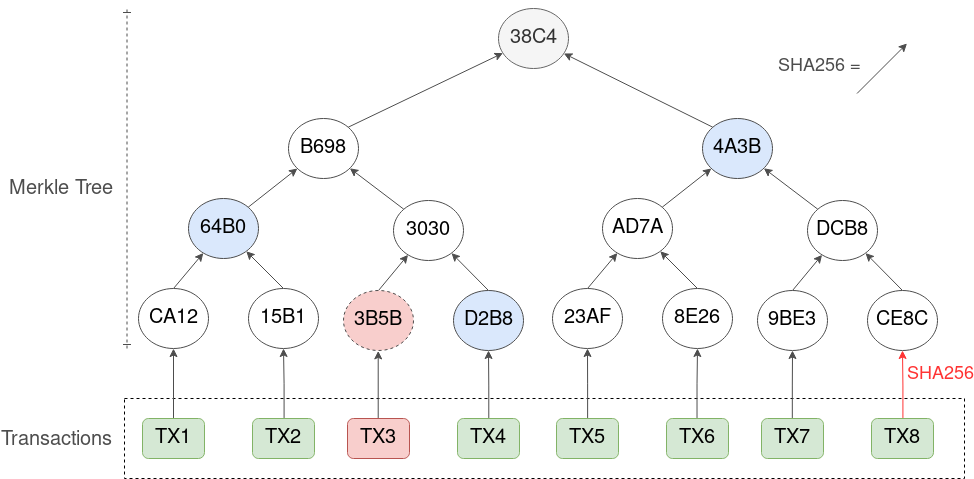
Earlier version of the draw.io export lab1/perfect-merkle-tree.png (asadhayat1068/assignments). Source tidied: cells renumbered, new cells last; positions are measured from the earlier drawing's top-left corner, leaving out a move shared by most shapes. Source of this version:
```xml
<mxGraphModel>
  <root>
    <mxCell id="0" />
    <mxCell id="1" parent="0" />
    <mxCell id="2" style="rounded=0;whiteSpace=wrap;html=1;dashed=1;fontColor=#4D4D4D;fillColor=none;" parent="1" vertex="1">
      <mxGeometry x="124" y="390" width="840" height="80" as="geometry" />
    </mxCell>
    <mxCell id="3" style="edgeStyle=none;rounded=0;jettySize=auto;html=1;exitX=0.5;exitY=0;exitDx=0;exitDy=0;strokeColor=#4D4D4D;" parent="1" edge="1" source="4" target="8">
      <mxGeometry relative="1" as="geometry" />
    </mxCell>
    <mxCell id="4" value="&lt;font style=&quot;font-size: 20px&quot;&gt;CA12&lt;/font&gt;" style="ellipse;whiteSpace=wrap;html=1;strokeColor=#4D4D4D;" parent="1" vertex="1">
      <mxGeometry x="138" y="280" width="70" height="60" as="geometry" />
    </mxCell>
    <mxCell id="5" style="edgeStyle=none;rounded=0;jettySize=auto;html=1;exitX=0.5;exitY=0;exitDx=0;exitDy=0;strokeColor=#4D4D4D;" parent="1" edge="1" source="6" target="8">
      <mxGeometry relative="1" as="geometry" />
    </mxCell>
    <mxCell id="6" value="&lt;font style=&quot;font-size: 20px&quot;&gt;15B1&lt;/font&gt;" style="ellipse;whiteSpace=wrap;html=1;strokeColor=#4D4D4D;" parent="1" vertex="1">
      <mxGeometry x="248" y="280" width="70" height="60" as="geometry" />
    </mxCell>
    <mxCell id="7" style="edgeStyle=none;rounded=0;jettySize=auto;html=1;exitX=1;exitY=0;exitDx=0;exitDy=0;strokeColor=#4D4D4D;" parent="1" edge="1" source="8" target="16">
      <mxGeometry relative="1" as="geometry" />
    </mxCell>
    <mxCell id="8" value="&lt;font style=&quot;font-size: 20px&quot;&gt;64B0&lt;/font&gt;" style="ellipse;whiteSpace=wrap;html=1;fillColor=#dae8fc;strokeColor=#4D4D4D;" parent="1" vertex="1">
      <mxGeometry x="188" y="190" width="70" height="60" as="geometry" />
    </mxCell>
    <mxCell id="9" style="edgeStyle=none;rounded=0;jettySize=auto;html=1;exitX=0.5;exitY=0;exitDx=0;exitDy=0;strokeColor=#4D4D4D;" parent="1" edge="1" source="10" target="14">
      <mxGeometry relative="1" as="geometry" />
    </mxCell>
    <mxCell id="10" value="&lt;font style=&quot;font-size: 20px&quot;&gt;3B5B&lt;/font&gt;" style="ellipse;whiteSpace=wrap;html=1;fillColor=#f8cecc;strokeColor=#4D4D4D;dashed=1;" parent="1" vertex="1">
      <mxGeometry x="343" y="282" width="70" height="60" as="geometry" />
    </mxCell>
    <mxCell id="11" style="edgeStyle=none;rounded=0;jettySize=auto;html=1;exitX=0.5;exitY=0;exitDx=0;exitDy=0;strokeColor=#4D4D4D;" parent="1" edge="1" source="12" target="14">
      <mxGeometry relative="1" as="geometry" />
    </mxCell>
    <mxCell id="12" value="&lt;div style=&quot;font-size: 20px&quot;&gt;&lt;font style=&quot;font-size: 20px&quot;&gt;D2B8&lt;/font&gt;&lt;/div&gt;" style="ellipse;whiteSpace=wrap;html=1;fillColor=#dae8fc;strokeColor=#4D4D4D;" parent="1" vertex="1">
      <mxGeometry x="453" y="282" width="70" height="60" as="geometry" />
    </mxCell>
    <mxCell id="13" style="edgeStyle=none;rounded=0;jettySize=auto;html=1;exitX=0;exitY=0;exitDx=0;exitDy=0;strokeColor=#4D4D4D;" parent="1" edge="1" source="14" target="16">
      <mxGeometry relative="1" as="geometry" />
    </mxCell>
    <mxCell id="14" value="&lt;font style=&quot;font-size: 20px&quot;&gt;3030&lt;/font&gt;" style="ellipse;whiteSpace=wrap;html=1;strokeColor=#4D4D4D;" parent="1" vertex="1">
      <mxGeometry x="393" y="192" width="70" height="60" as="geometry" />
    </mxCell>
    <mxCell id="15" style="edgeStyle=none;rounded=0;jettySize=auto;html=1;exitX=1;exitY=0;exitDx=0;exitDy=0;fontSize=20;strokeColor=#4D4D4D;" parent="1" edge="1" source="16" target="31">
      <mxGeometry relative="1" as="geometry" />
    </mxCell>
    <mxCell id="16" value="&lt;font style=&quot;font-size: 20px&quot;&gt;B698&lt;/font&gt;" style="ellipse;whiteSpace=wrap;html=1;strokeColor=#4D4D4D;" parent="1" vertex="1">
      <mxGeometry x="288" y="110" width="70" height="60" as="geometry" />
    </mxCell>
    <mxCell id="17" style="edgeStyle=none;rounded=0;jettySize=auto;html=1;exitX=0.5;exitY=0;exitDx=0;exitDy=0;fontSize=20;strokeColor=#4D4D4D;" parent="1" edge="1" source="18" target="22">
      <mxGeometry relative="1" as="geometry" />
    </mxCell>
    <mxCell id="18" value="&lt;font style=&quot;font-size: 20px&quot;&gt;23AF&lt;/font&gt;" style="ellipse;whiteSpace=wrap;html=1;strokeColor=#4D4D4D;" parent="1" vertex="1">
      <mxGeometry x="552" y="280" width="70" height="60" as="geometry" />
    </mxCell>
    <mxCell id="19" style="edgeStyle=none;rounded=0;jettySize=auto;html=1;exitX=0.5;exitY=0;exitDx=0;exitDy=0;fontSize=20;strokeColor=#4D4D4D;" parent="1" edge="1" source="20" target="22">
      <mxGeometry relative="1" as="geometry" />
    </mxCell>
    <mxCell id="20" value="8E26" style="ellipse;whiteSpace=wrap;html=1;fontSize=20;strokeColor=#4D4D4D;" parent="1" vertex="1">
      <mxGeometry x="662" y="280" width="70" height="60" as="geometry" />
    </mxCell>
    <mxCell id="21" style="edgeStyle=none;rounded=0;jettySize=auto;html=1;exitX=1;exitY=0;exitDx=0;exitDy=0;fontSize=20;strokeColor=#4D4D4D;" parent="1" edge="1" source="22" target="30">
      <mxGeometry relative="1" as="geometry" />
    </mxCell>
    <mxCell id="22" value="AD7A" style="ellipse;whiteSpace=wrap;html=1;fontSize=20;strokeColor=#4D4D4D;" parent="1" vertex="1">
      <mxGeometry x="602" y="190" width="70" height="60" as="geometry" />
    </mxCell>
    <mxCell id="23" style="edgeStyle=none;rounded=0;jettySize=auto;html=1;exitX=0.5;exitY=0;exitDx=0;exitDy=0;fontSize=20;strokeColor=#4D4D4D;" parent="1" edge="1" source="24" target="28">
      <mxGeometry relative="1" as="geometry" />
    </mxCell>
    <mxCell id="24" value="9BE3" style="ellipse;whiteSpace=wrap;html=1;fontSize=20;strokeColor=#4D4D4D;" parent="1" vertex="1">
      <mxGeometry x="757" y="282" width="70" height="60" as="geometry" />
    </mxCell>
    <mxCell id="25" style="edgeStyle=none;rounded=0;jettySize=auto;html=1;exitX=0.5;exitY=0;exitDx=0;exitDy=0;fontSize=20;strokeColor=#4D4D4D;" parent="1" edge="1" source="26" target="28">
      <mxGeometry relative="1" as="geometry" />
    </mxCell>
    <mxCell id="26" value="CE8C" style="ellipse;whiteSpace=wrap;html=1;fontSize=20;strokeColor=#4D4D4D;" parent="1" vertex="1">
      <mxGeometry x="867" y="282" width="70" height="60" as="geometry" />
    </mxCell>
    <mxCell id="27" style="edgeStyle=none;rounded=0;jettySize=auto;html=1;exitX=0;exitY=0;exitDx=0;exitDy=0;fontSize=20;strokeColor=#4D4D4D;" parent="1" edge="1" source="28" target="30">
      <mxGeometry relative="1" as="geometry" />
    </mxCell>
    <mxCell id="28" value="DCB8" style="ellipse;whiteSpace=wrap;html=1;fontSize=20;strokeColor=#4D4D4D;" parent="1" vertex="1">
      <mxGeometry x="807" y="192" width="70" height="60" as="geometry" />
    </mxCell>
    <mxCell id="29" style="edgeStyle=none;rounded=0;jettySize=auto;html=1;exitX=0;exitY=0;exitDx=0;exitDy=0;fontSize=20;strokeColor=#4D4D4D;" parent="1" edge="1" source="30" target="31">
      <mxGeometry relative="1" as="geometry" />
    </mxCell>
    <mxCell id="30" value="4A3B" style="ellipse;whiteSpace=wrap;html=1;fontSize=20;fillColor=#dae8fc;strokeColor=#4D4D4D;" parent="1" vertex="1">
      <mxGeometry x="702" y="110" width="70" height="60" as="geometry" />
    </mxCell>
    <mxCell id="31" value="&lt;font style=&quot;font-size: 20px&quot;&gt;38C4&lt;/font&gt;" style="ellipse;whiteSpace=wrap;html=1;strokeColor=#666666;fillColor=#f5f5f5;fontColor=#333333;" parent="1" vertex="1">
      <mxGeometry x="498" width="70" height="60" as="geometry" />
    </mxCell>
    <mxCell id="32" style="edgeStyle=orthogonalEdgeStyle;rounded=0;jettySize=auto;html=1;exitX=0.5;exitY=0;exitDx=0;exitDy=0;entryX=0.5;entryY=1;entryDx=0;entryDy=0;strokeColor=#4D4D4D;" parent="1" edge="1" source="33" target="4">
      <mxGeometry relative="1" as="geometry" />
    </mxCell>
    <mxCell id="33" value="&lt;font style=&quot;font-size: 20px&quot;&gt;TX1&lt;/font&gt;" style="rounded=1;whiteSpace=wrap;html=1;fillColor=#d5e8d4;strokeColor=#82b366;" parent="1" vertex="1">
      <mxGeometry x="142" y="410" width="62" height="40" as="geometry" />
    </mxCell>
    <mxCell id="34" style="edgeStyle=orthogonalEdgeStyle;rounded=0;jettySize=auto;html=1;exitX=0.5;exitY=0;exitDx=0;exitDy=0;strokeColor=#4D4D4D;" parent="1" edge="1" source="35" target="6">
      <mxGeometry relative="1" as="geometry" />
    </mxCell>
    <mxCell id="35" value="&lt;font style=&quot;font-size: 20px&quot;&gt;TX2&lt;/font&gt;" style="rounded=1;whiteSpace=wrap;html=1;fillColor=#d5e8d4;strokeColor=#82b366;" parent="1" vertex="1">
      <mxGeometry x="252" y="410" width="62" height="40" as="geometry" />
    </mxCell>
    <mxCell id="36" style="edgeStyle=orthogonalEdgeStyle;rounded=0;jettySize=auto;html=1;exitX=0.5;exitY=0;exitDx=0;exitDy=0;entryX=0.5;entryY=1;entryDx=0;entryDy=0;strokeColor=#4D4D4D;" parent="1" edge="1" source="37" target="10">
      <mxGeometry relative="1" as="geometry" />
    </mxCell>
    <mxCell id="37" value="&lt;font style=&quot;font-size: 20px&quot;&gt;TX3&lt;/font&gt;" style="rounded=1;whiteSpace=wrap;html=1;fillColor=#f8cecc;strokeColor=#b85450;" parent="1" vertex="1">
      <mxGeometry x="347" y="410" width="62" height="40" as="geometry" />
    </mxCell>
    <mxCell id="38" style="edgeStyle=orthogonalEdgeStyle;rounded=0;jettySize=auto;html=1;exitX=0.5;exitY=0;exitDx=0;exitDy=0;strokeColor=#4D4D4D;" parent="1" edge="1" source="39" target="12">
      <mxGeometry relative="1" as="geometry" />
    </mxCell>
    <mxCell id="39" value="&lt;font style=&quot;font-size: 20px&quot;&gt;TX4&lt;/font&gt;" style="rounded=1;whiteSpace=wrap;html=1;fillColor=#d5e8d4;strokeColor=#82b366;" parent="1" vertex="1">
      <mxGeometry x="457" y="410" width="62" height="40" as="geometry" />
    </mxCell>
    <mxCell id="40" style="edgeStyle=orthogonalEdgeStyle;rounded=0;jettySize=auto;html=1;exitX=0.5;exitY=0;exitDx=0;exitDy=0;strokeColor=#4D4D4D;" parent="1" edge="1" source="41" target="18">
      <mxGeometry relative="1" as="geometry" />
    </mxCell>
    <mxCell id="41" value="&lt;font style=&quot;font-size: 20px&quot;&gt;TX5&lt;/font&gt;" style="rounded=1;whiteSpace=wrap;html=1;fillColor=#d5e8d4;strokeColor=#82b366;" parent="1" vertex="1">
      <mxGeometry x="556" y="410" width="62" height="40" as="geometry" />
    </mxCell>
    <mxCell id="42" style="edgeStyle=orthogonalEdgeStyle;rounded=0;jettySize=auto;html=1;exitX=0.5;exitY=0;exitDx=0;exitDy=0;strokeColor=#4D4D4D;" parent="1" edge="1" source="43" target="20">
      <mxGeometry relative="1" as="geometry" />
    </mxCell>
    <mxCell id="43" value="&lt;font style=&quot;font-size: 20px&quot;&gt;TX6&lt;/font&gt;" style="rounded=1;whiteSpace=wrap;html=1;fillColor=#d5e8d4;strokeColor=#82b366;" parent="1" vertex="1">
      <mxGeometry x="666" y="410" width="62" height="40" as="geometry" />
    </mxCell>
    <mxCell id="44" style="edgeStyle=orthogonalEdgeStyle;rounded=0;jettySize=auto;html=1;exitX=0.5;exitY=0;exitDx=0;exitDy=0;strokeColor=#4D4D4D;" parent="1" edge="1" source="45" target="24">
      <mxGeometry relative="1" as="geometry" />
    </mxCell>
    <mxCell id="45" value="&lt;font style=&quot;font-size: 20px&quot;&gt;TX7&lt;/font&gt;" style="rounded=1;whiteSpace=wrap;html=1;fillColor=#d5e8d4;strokeColor=#82b366;" parent="1" vertex="1">
      <mxGeometry x="761" y="410" width="62" height="40" as="geometry" />
    </mxCell>
    <mxCell id="46" style="edgeStyle=orthogonalEdgeStyle;rounded=0;jettySize=auto;html=1;exitX=0.5;exitY=0;exitDx=0;exitDy=0;strokeColor=#FF3333;" parent="1" edge="1" source="47" target="26">
      <mxGeometry relative="1" as="geometry" />
    </mxCell>
    <mxCell id="47" value="&lt;font style=&quot;font-size: 20px&quot;&gt;TX8&lt;/font&gt;" style="rounded=1;whiteSpace=wrap;html=1;fillColor=#d5e8d4;strokeColor=#82b366;" parent="1" vertex="1">
      <mxGeometry x="871" y="410" width="62" height="40" as="geometry" />
    </mxCell>
    <mxCell id="48" value="&lt;font style=&quot;font-size: 18px&quot;&gt;SHA256&lt;/font&gt;" style="text;html=1;strokeColor=none;fillColor=none;align=center;verticalAlign=middle;whiteSpace=wrap;rounded=0;dashed=1;fontColor=#FF3333;" parent="1" vertex="1">
      <mxGeometry x="919" y="356" width="40" height="20" as="geometry" />
    </mxCell>
    <mxCell id="49" value="&lt;font style=&quot;font-size: 20px&quot;&gt;Merkle Tree&lt;br&gt;&lt;/font&gt;" style="text;html=1;strokeColor=none;fillColor=none;align=center;verticalAlign=middle;whiteSpace=wrap;rounded=0;dashed=1;fontColor=#4D4D4D;" parent="1" vertex="1">
      <mxGeometry x="6" y="170" width="110" height="20" as="geometry" />
    </mxCell>
    <mxCell id="50" style="endArrow=ERone;dashed=1;html=1;strokeColor=#4D4D4D;fontColor=#4D4D4D;startArrow=ERone;startFill=0;endFill=0;" parent="1" edge="1">
      <mxGeometry relative="1" as="geometry">
        <mxPoint x="126.5" y="340" as="sourcePoint" />
        <mxPoint x="126.5" as="targetPoint" />
      </mxGeometry>
    </mxCell>
    <mxCell id="51" value="&lt;font style=&quot;font-size: 20px&quot;&gt;Transactions&lt;/font&gt;" style="text;html=1;strokeColor=none;fillColor=none;align=center;verticalAlign=middle;whiteSpace=wrap;rounded=0;dashed=1;fontColor=#4D4D4D;" parent="1" vertex="1">
      <mxGeometry y="421" width="110" height="20" as="geometry" />
    </mxCell>
    <mxCell id="52" value="&lt;font style=&quot;font-size: 18px&quot;&gt;SHA256&lt;/font&gt;&lt;font style=&quot;font-size: 18px&quot;&gt; =&lt;br&gt;&lt;/font&gt;" style="text;html=1;strokeColor=none;fillColor=none;align=center;verticalAlign=middle;whiteSpace=wrap;rounded=0;dashed=1;fontColor=#4D4D4D;" parent="1" vertex="1">
      <mxGeometry x="770.5" y="48" width="97" height="20" as="geometry" />
    </mxCell>
    <mxCell id="53" style="endArrow=classic;html=1;strokeColor=#4D4D4D;fontColor=#4D4D4D;" parent="1" edge="1">
      <mxGeometry relative="1" as="geometry">
        <mxPoint x="856.5" y="85" as="sourcePoint" />
        <mxPoint x="906.5" y="35" as="targetPoint" />
      </mxGeometry>
    </mxCell>
  </root>
</mxGraphModel>
```
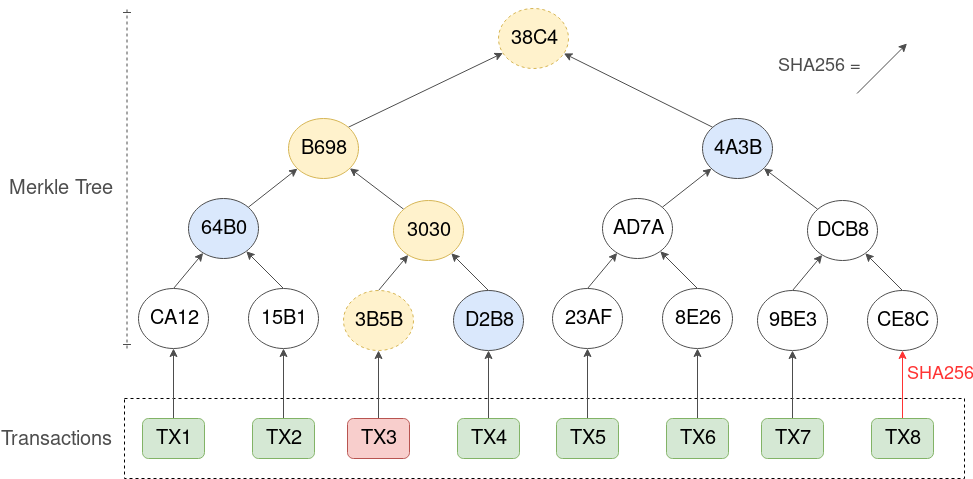
Later version of the same file.

Change to the diagram source:
```diff
@@ -26,7 +26,7 @@
     <mxCell id="9" style="edgeStyle=none;rounded=0;jettySize=auto;html=1;exitX=0.5;exitY=0;exitDx=0;exitDy=0;strokeColor=#4D4D4D;" parent="1" edge="1" source="10" target="14">
       <mxGeometry relative="1" as="geometry" />
     </mxCell>
-    <mxCell id="10" value="&lt;font style=&quot;font-size: 20px&quot;&gt;3B5B&lt;/font&gt;" style="ellipse;whiteSpace=wrap;html=1;fillColor=#f8cecc;strokeColor=#4D4D4D;dashed=1;" parent="1" vertex="1">
+    <mxCell id="10" value="&lt;font style=&quot;font-size: 20px&quot;&gt;3B5B&lt;/font&gt;" style="ellipse;whiteSpace=wrap;html=1;fillColor=#fff2cc;strokeColor=#d6b656;dashed=1;" parent="1" vertex="1">
       <mxGeometry x="343" y="282" width="70" height="60" as="geometry" />
     </mxCell>
     <mxCell id="11" style="edgeStyle=none;rounded=0;jettySize=auto;html=1;exitX=0.5;exitY=0;exitDx=0;exitDy=0;strokeColor=#4D4D4D;" parent="1" edge="1" source="12" target="14">
@@ -38,13 +38,13 @@
     <mxCell id="13" style="edgeStyle=none;rounded=0;jettySize=auto;html=1;exitX=0;exitY=0;exitDx=0;exitDy=0;strokeColor=#4D4D4D;" parent="1" edge="1" source="14" target="16">
       <mxGeometry relative="1" as="geometry" />
     </mxCell>
-    <mxCell id="14" value="&lt;font style=&quot;font-size: 20px&quot;&gt;3030&lt;/font&gt;" style="ellipse;whiteSpace=wrap;html=1;strokeColor=#4D4D4D;" parent="1" vertex="1">
+    <mxCell id="14" value="&lt;font style=&quot;font-size: 20px&quot;&gt;3030&lt;/font&gt;" style="ellipse;whiteSpace=wrap;html=1;strokeColor=#d6b656;fillColor=#fff2cc;" parent="1" vertex="1">
       <mxGeometry x="393" y="192" width="70" height="60" as="geometry" />
     </mxCell>
     <mxCell id="15" style="edgeStyle=none;rounded=0;jettySize=auto;html=1;exitX=1;exitY=0;exitDx=0;exitDy=0;fontSize=20;strokeColor=#4D4D4D;" parent="1" edge="1" source="16" target="31">
       <mxGeometry relative="1" as="geometry" />
     </mxCell>
-    <mxCell id="16" value="&lt;font style=&quot;font-size: 20px&quot;&gt;B698&lt;/font&gt;" style="ellipse;whiteSpace=wrap;html=1;strokeColor=#4D4D4D;" parent="1" vertex="1">
+    <mxCell id="16" value="&lt;font style=&quot;font-size: 20px&quot;&gt;B698&lt;/font&gt;" style="ellipse;whiteSpace=wrap;html=1;strokeColor=#d6b656;fillColor=#fff2cc;" parent="1" vertex="1">
       <mxGeometry x="288" y="110" width="70" height="60" as="geometry" />
     </mxCell>
     <mxCell id="17" style="edgeStyle=none;rounded=0;jettySize=auto;html=1;exitX=0.5;exitY=0;exitDx=0;exitDy=0;fontSize=20;strokeColor=#4D4D4D;" parent="1" edge="1" source="18" target="22">
@@ -89,7 +89,7 @@
     <mxCell id="30" value="4A3B" style="ellipse;whiteSpace=wrap;html=1;fontSize=20;fillColor=#dae8fc;strokeColor=#4D4D4D;" parent="1" vertex="1">
       <mxGeometry x="702" y="110" width="70" height="60" as="geometry" />
     </mxCell>
-    <mxCell id="31" value="&lt;font style=&quot;font-size: 20px&quot;&gt;38C4&lt;/font&gt;" style="ellipse;whiteSpace=wrap;html=1;strokeColor=#666666;fillColor=#f5f5f5;fontColor=#333333;" parent="1" vertex="1">
+    <mxCell id="31" value="&lt;font style=&quot;font-size: 20px&quot;&gt;38C4&lt;/font&gt;" style="ellipse;whiteSpace=wrap;html=1;strokeColor=#d6b656;fillColor=#fff2cc;dashed=1;" parent="1" vertex="1">
       <mxGeometry x="498" width="70" height="60" as="geometry" />
     </mxCell>
     <mxCell id="32" style="edgeStyle=orthogonalEdgeStyle;rounded=0;jettySize=auto;html=1;exitX=0.5;exitY=0;exitDx=0;exitDy=0;entryX=0.5;entryY=1;entryDx=0;entryDy=0;strokeColor=#4D4D4D;" parent="1" edge="1" source="33" target="4">
```
